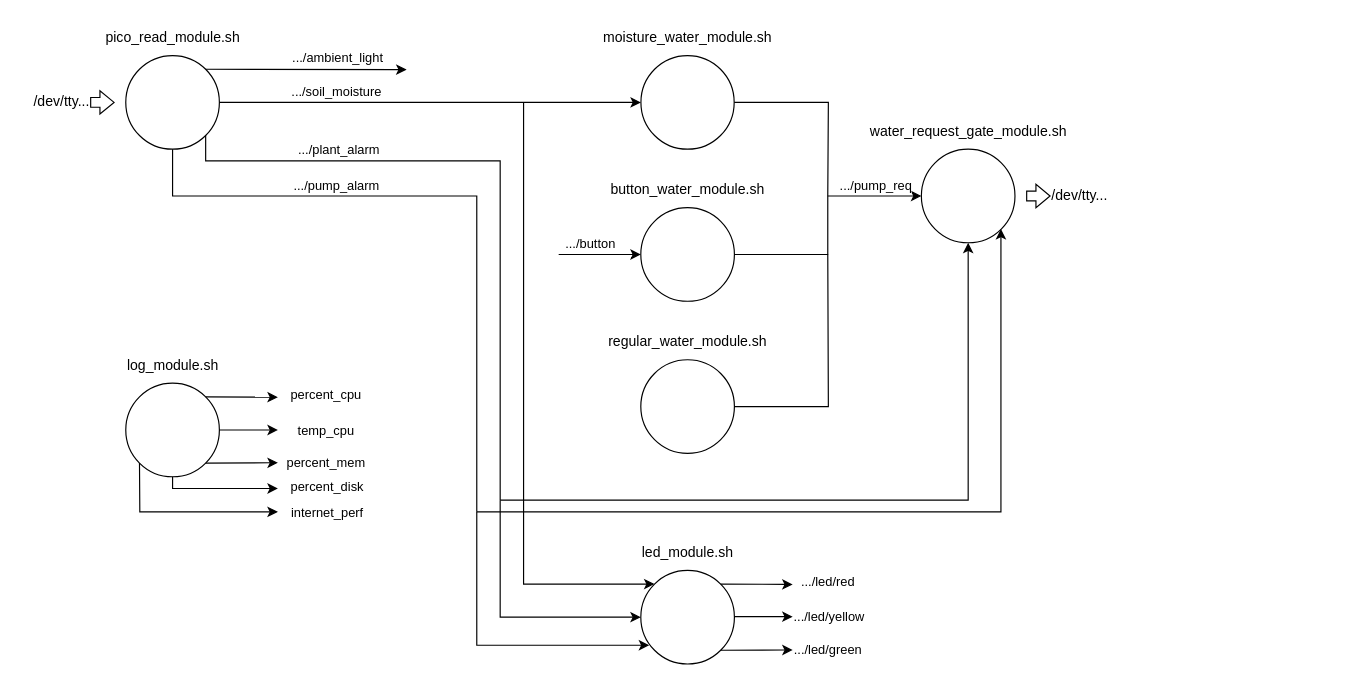
This is img/EMLI.drawio from LorisGiann/Embedded-Linux-Proj, a draw.io file, before an edit. Source tidied: cells renumbered, new cells numbered last; positions are measured from the earlier drawing's top-left corner, leaving out a move shared by most shapes. Both pictures are drawn from the tidied source at 117%, with x=0, y=0 at pixel (20, 20).
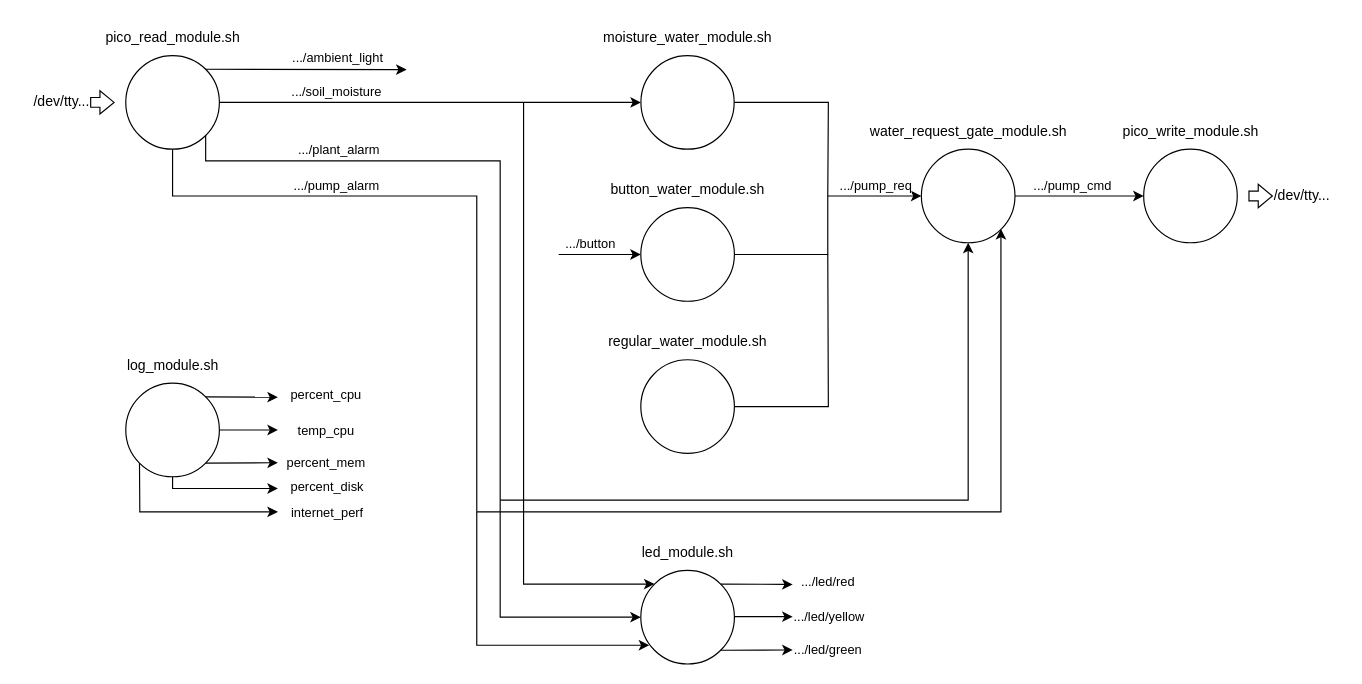
The same diagram, later.

The change refers to these unchanged cells:
```xml
<mxCell id="15" style="ellipse;whiteSpace=wrap;html=1;" parent="1" vertex="1">
  <mxGeometry x="770" y="110" width="80" height="80" as="geometry" />
</mxCell>
```

Diff of the diagram source:
```diff
@@
-    <mxCell id="29" style="shape=singleArrow;whiteSpace=wrap;html=1;arrowWidth=0.4166666666666572;arrowSize=0.6041666666666646;" parent="1" vertex="1">
-      <mxGeometry x="860" y="140" width="20" height="20" as="geometry" />
-    </mxCell>
-    <mxCell id="30" value="&lt;div&gt;/dev/tty...&lt;/div&gt;" style="text;html=1;align=center;verticalAlign=middle;strokeColor=none;fillColor=none;" parent="1" vertex="1">
-      <mxGeometry x="870" y="135" width="70" height="30" as="geometry" />
-    </mxCell>
@@
+    <mxCell id="56" style="ellipse;whiteSpace=wrap;html=1;" parent="1" vertex="1">
+      <mxGeometry x="960" y="110" width="80" height="80" as="geometry" />
+    </mxCell>
+    <mxCell id="57" value="&lt;div&gt;pico_write_module.sh&lt;/div&gt;" style="text;html=1;align=center;verticalAlign=middle;strokeColor=none;fillColor=none;" parent="1" vertex="1">
+      <mxGeometry x="930" y="80" width="140" height="30" as="geometry" />
+    </mxCell>
+    <mxCell id="58" style="shape=singleArrow;whiteSpace=wrap;html=1;arrowWidth=0.4166666666666572;arrowSize=0.6041666666666646;" parent="1" vertex="1">
+      <mxGeometry x="1050" y="140" width="20" height="20" as="geometry" />
+    </mxCell>
+    <mxCell id="30" value="&lt;div&gt;/dev/tty...&lt;/div&gt;" style="text;html=1;align=center;verticalAlign=middle;strokeColor=none;fillColor=none;" parent="1" vertex="1">
+      <mxGeometry x="1060" y="135" width="70" height="30" as="geometry" />
+    </mxCell>
+    <mxCell id="59" style="endArrow=classic;html=1;rounded=0;edgeStyle=elbowEdgeStyle;exitX=1;exitY=0.5;exitDx=0;exitDy=0;" parent="1" edge="1" source="15">
+      <mxGeometry relative="1" as="geometry">
+        <mxPoint x="960" y="150" as="targetPoint" />
+      </mxGeometry>
+    </mxCell>
+    <mxCell id="60" value="&lt;div&gt;.../pump_cmd&lt;/div&gt;" style="edgeLabel;html=1;align=center;verticalAlign=middle;" parent="59" vertex="1">
+      <mxGeometry x="-0.41" y="-2" relative="1" as="geometry">
+        <mxPoint x="16" y="-12" as="offset" />
+      </mxGeometry>
+    </mxCell>
```
